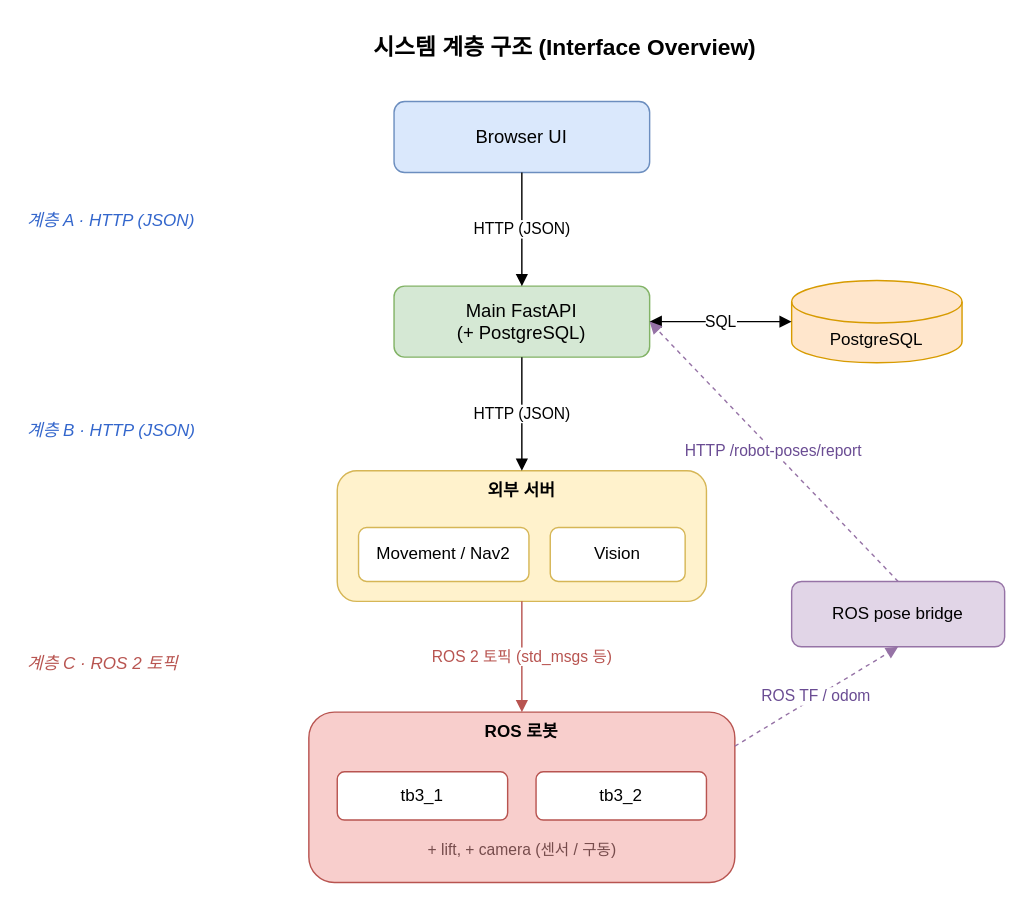
Earlier version of the draw.io diagram main_server/docs/assets/diagrams/interface-layers.drawio (eduwing-robotics/ros2-ai-amr-repo3). Source tidied: cells renumbered, new cells numbered last; positions are measured from the earlier drawing's top-left corner, leaving out a move shared by most shapes. Both pictures are drawn from the tidied source at 142%, with x=0, y=0 at pixel (24, 24).
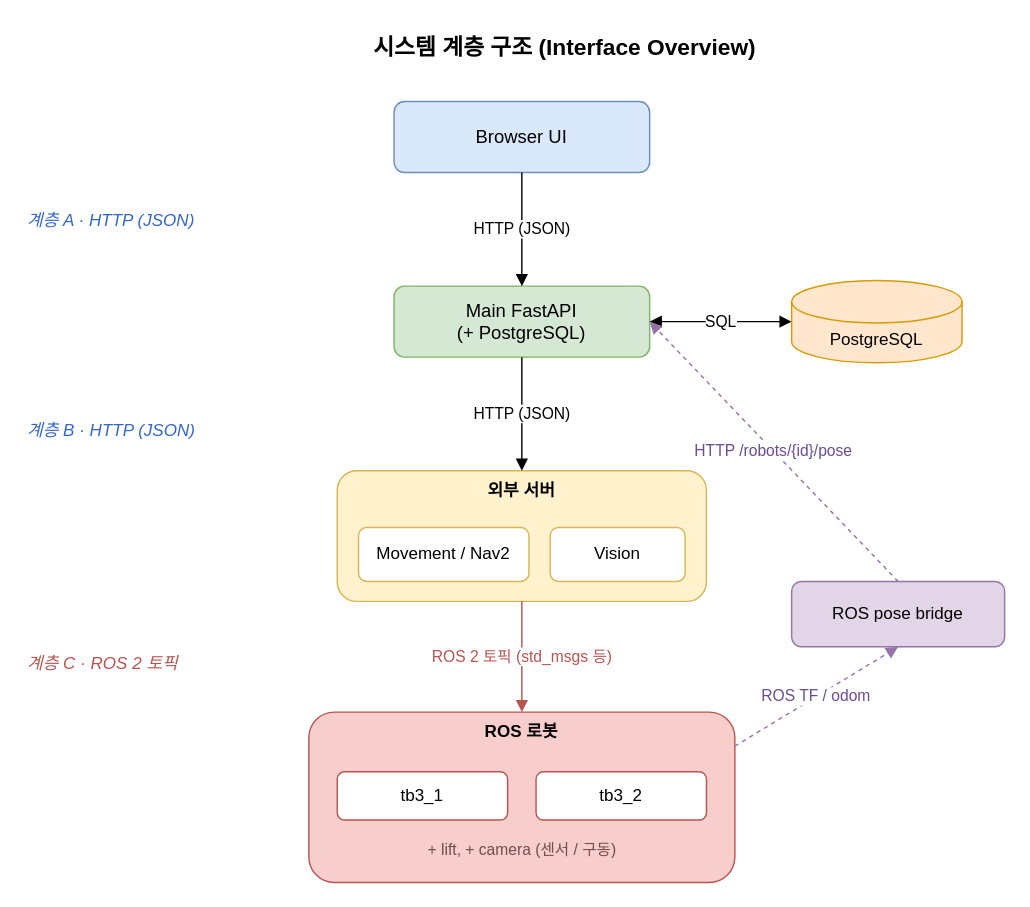
After the change.

The change refers to these unchanged cells:
```xml
<mxCell id="7" value="Main FastAPI&#10;(+ PostgreSQL)" style="rounded=1;whiteSpace=wrap;html=1;fillColor=#d5e8d4;strokeColor=#82b366;fontSize=13;" parent="1" vertex="1">
  <mxGeometry x="260" y="184" width="180" height="50" as="geometry" />
</mxCell>
<mxCell id="16" value="ROS pose bridge" style="rounded=1;whiteSpace=wrap;html=1;fillColor=#e1d5e7;strokeColor=#9673a6;fontSize=12;" parent="1" vertex="1">
  <mxGeometry x="540" y="392" width="150" height="46" as="geometry" />
</mxCell>
```

What changed in the source:
```diff
@@
-    <mxCell id="22" value="HTTP  /robot-poses/report" style="endArrow=block;html=1;rounded=1;fontSize=11;dashed=1;strokeColor=#9673a6;fontColor=#6a4c93;exitX=0.5;exitY=0;exitDx=0;exitDy=0;entryX=1;entryY=0.5;entryDx=0;entryDy=0;" parent="1" edge="1" source="16" target="7">
+    <mxCell id="22" value="HTTP  /robots/{id}/pose" style="endArrow=block;html=1;rounded=1;fontSize=11;dashed=1;strokeColor=#9673a6;fontColor=#6a4c93;exitX=0.5;exitY=0;exitDx=0;exitDy=0;entryX=1;entryY=0.5;entryDx=0;entryDy=0;" parent="1" edge="1" source="16" target="7">
       <mxGeometry relative="1" as="geometry" />
     </mxCell>
```
